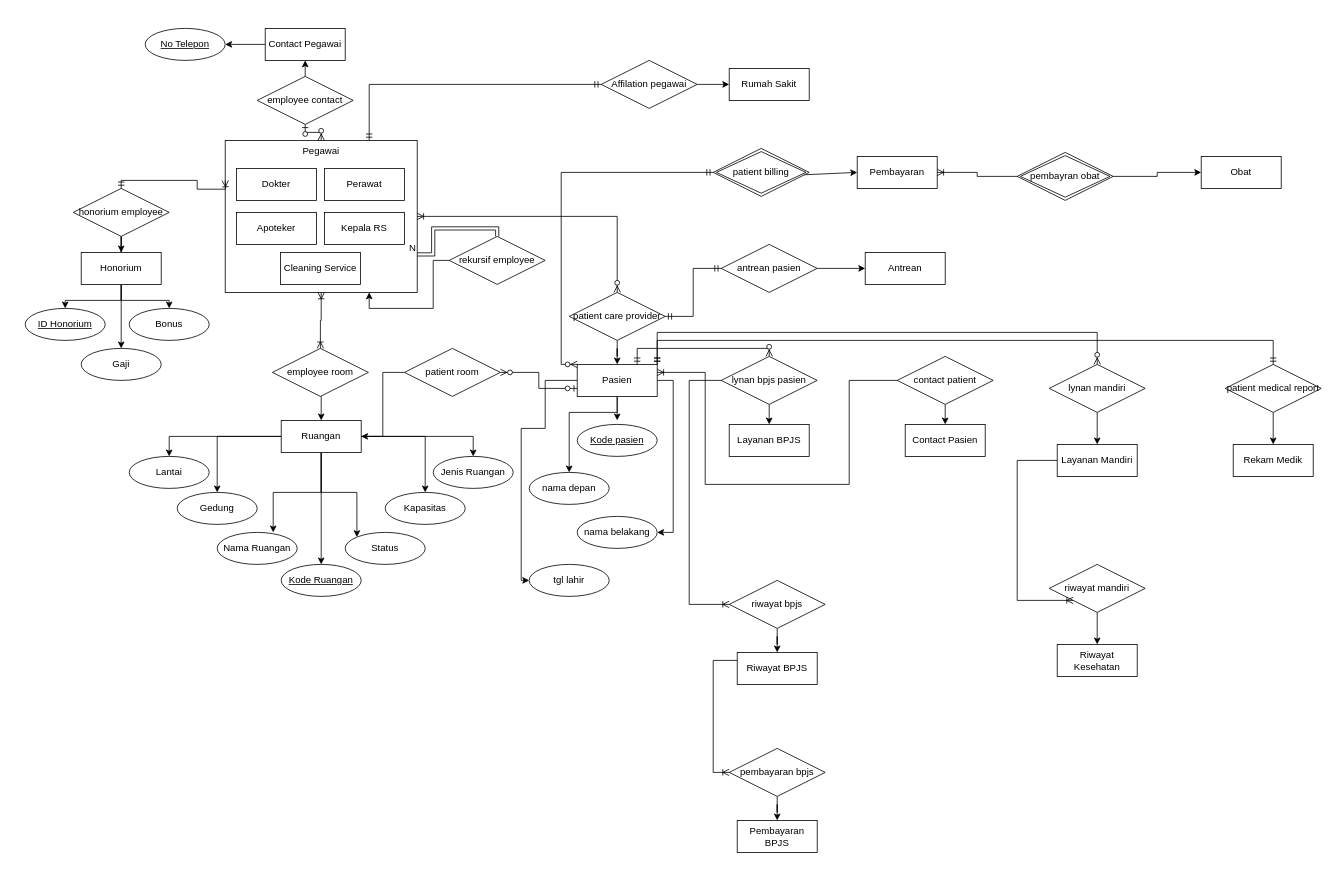
This is Diagram Tanpa Judul.drawio from lsawfa/ERD-BasisData, a draw.io file, before an edit. Source tidied: cells renumbered, new cells numbered last; positions are measured from the earlier drawing's top-left corner, leaving out a move shared by most shapes. Both pictures are drawn from the tidied source at 80%, with x=0, y=0 at pixel (25, 28).
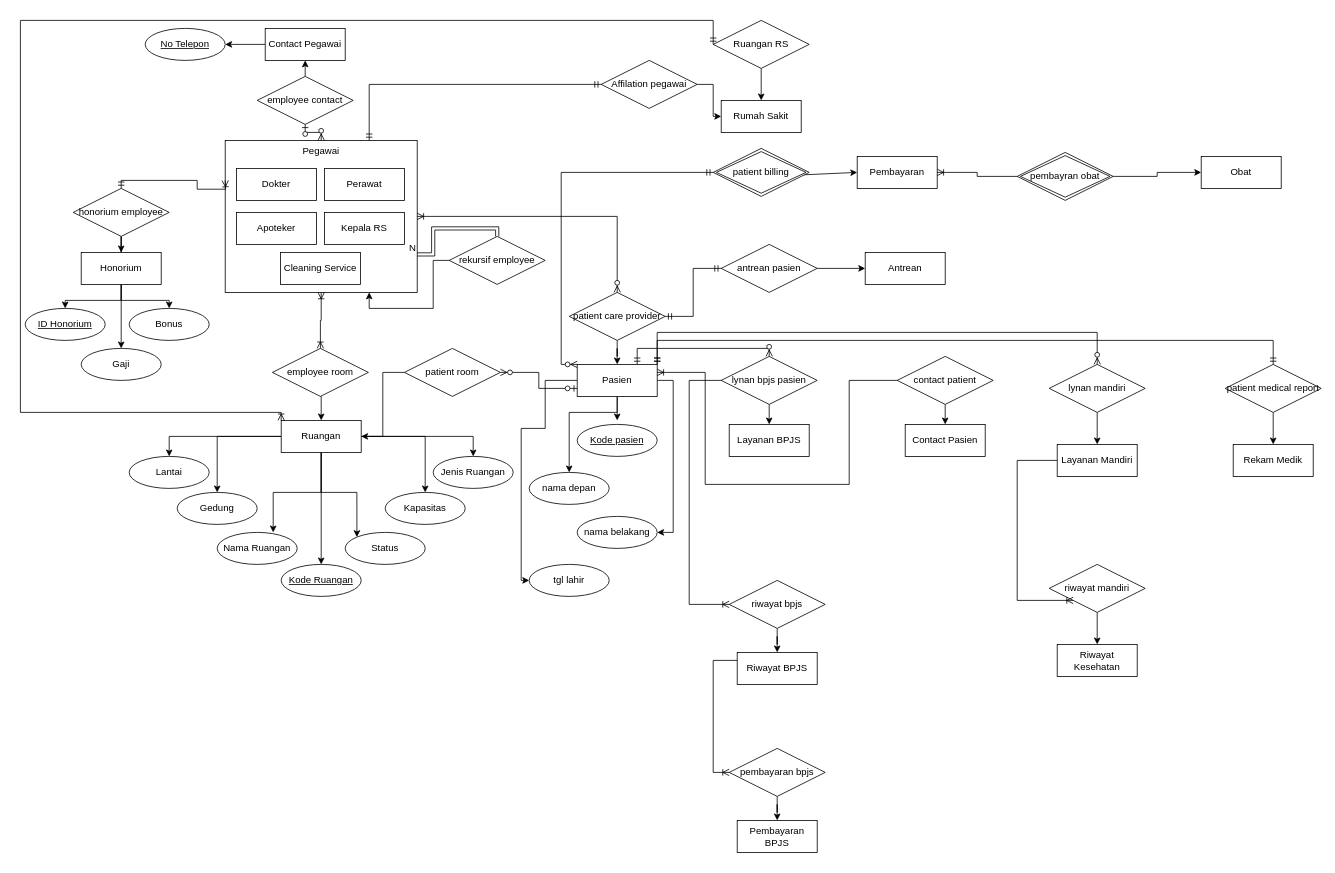
Above is the later version.

The change refers to these unchanged cells:
```xml
<mxCell id="22" value="Ruangan" style="whiteSpace=wrap;html=1;align=center;" parent="1" vertex="1">
  <mxGeometry x="320" y="490" width="100" height="40" as="geometry" />
</mxCell>
```

Change to the diagram source:
```diff
@@
     <mxCell id="64" value="Rumah Sakit" style="whiteSpace=wrap;html=1;align=center;" parent="1" vertex="1">
-      <mxGeometry x="880" y="50" width="100" height="40" as="geometry" />
+      <mxGeometry x="870" y="90" width="100" height="40" as="geometry" />
     </mxCell>
@@
+    <mxCell id="106" style="edgeStyle=orthogonalEdgeStyle;rounded=0;jettySize=auto;html=1;" parent="1" edge="1" source="107" target="64">
+      <mxGeometry relative="1" as="geometry" />
+    </mxCell>
+    <mxCell id="107" value="Ruangan RS" style="shape=rhombus;perimeter=rhombusPerimeter;whiteSpace=wrap;html=1;align=center;" parent="1" vertex="1">
+      <mxGeometry x="860" y="-10" width="120" height="60" as="geometry" />
+    </mxCell>
+    <mxCell id="108" style="edgeStyle=orthogonalEdgeStyle;fontSize=12;html=1;endArrow=ERoneToMany;startArrow=ERmandOne;rounded=0;exitX=0;exitY=0.5;exitDx=0;exitDy=0;entryX=0;entryY=0;entryDx=0;entryDy=0;" parent="1" edge="1" source="107" target="22">
+      <mxGeometry relative="1" as="geometry">
+        <Array as="points">
+          <mxPoint x="860" y="-10" />
+          <mxPoint x="-6" y="-10" />
+          <mxPoint x="-6" y="480" />
+          <mxPoint x="320" y="480" />
+        </Array>
+      </mxGeometry>
+    </mxCell>
```
